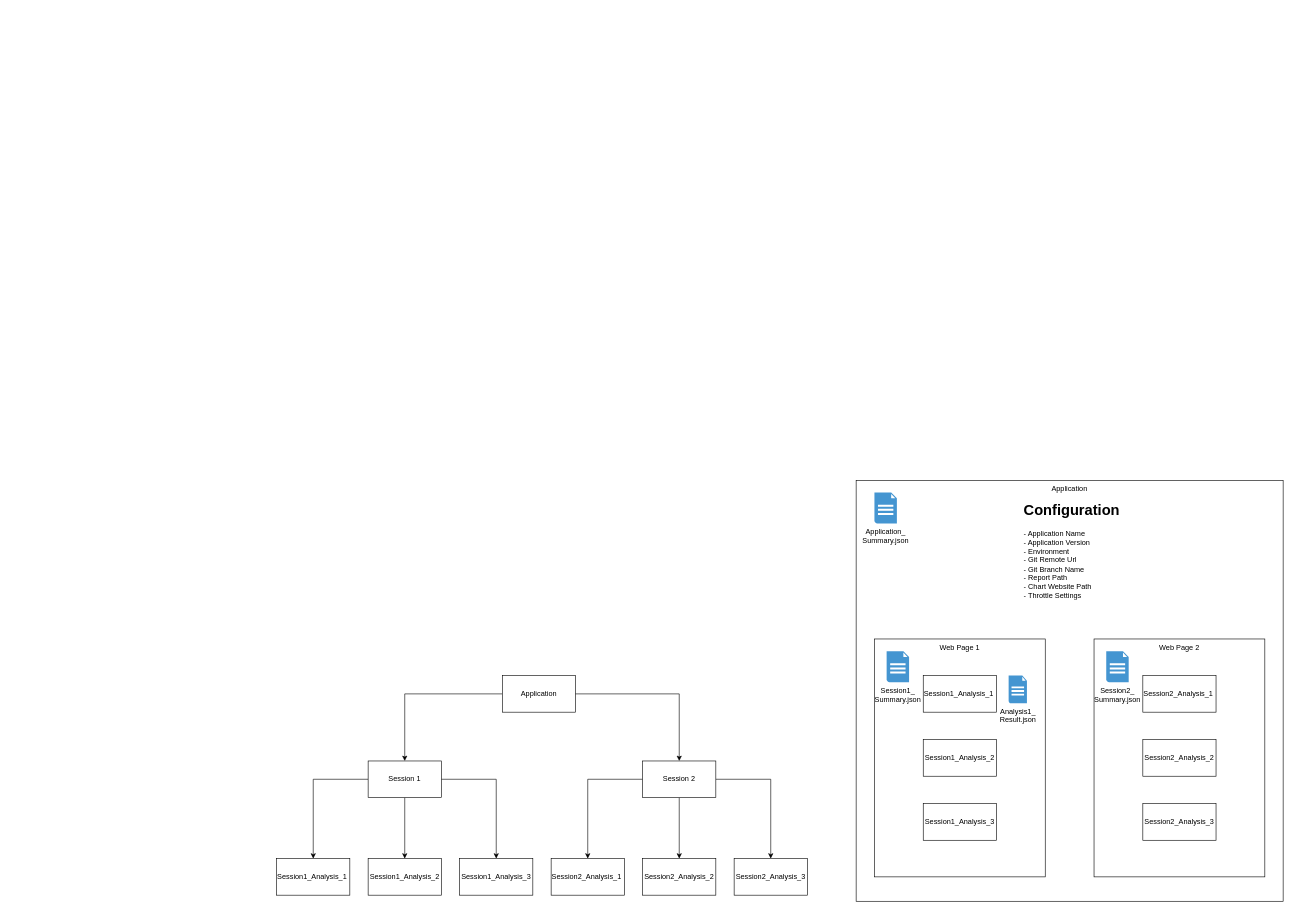
kokenconsulting/website-performance-analysis-lighthouse-draft keeps this draw.io diagram as Overview.drawio. Above is the earlier version. Source tidied: cells renumbered, new cells numbered last; positions are measured from the earlier drawing's top-left corner, leaving out a move shared by most shapes. Both pictures are drawn from the tidied source at 61%, with x=0, y=0 at pixel (276, 480).
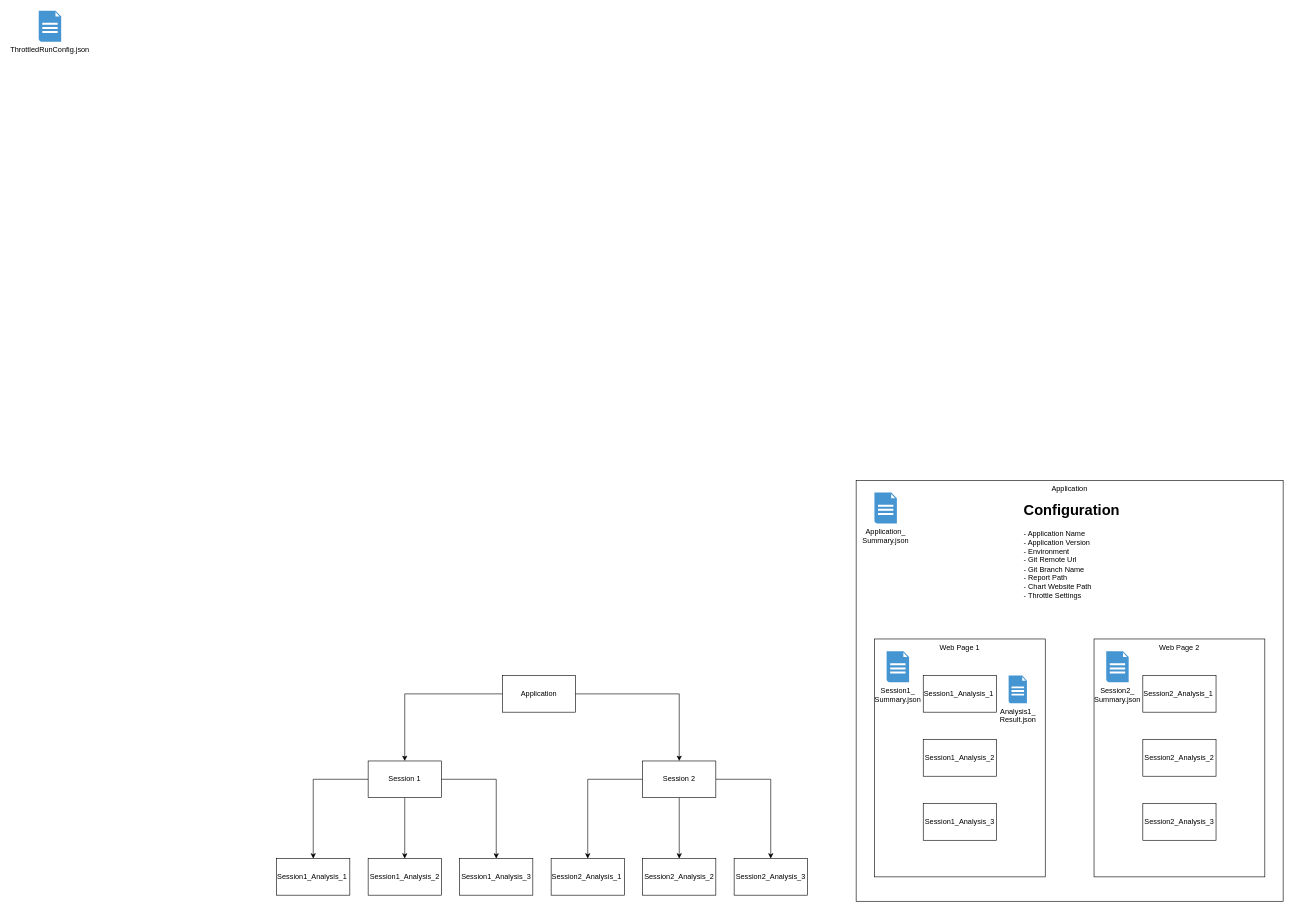
The same diagram, later.

Change to the diagram source:
```diff
@@
+    <mxCell id="33" value="ThrottledRunConfig.json" style="shadow=0;dashed=0;html=1;strokeColor=none;fillColor=#4495D1;labelPosition=center;verticalLabelPosition=bottom;verticalAlign=top;align=center;shape=mxgraph.veeam.2d.report;" parent="1" vertex="1">
+      <mxGeometry x="-390" y="-770" width="36.8" height="50.8" as="geometry" />
+    </mxCell>
```
